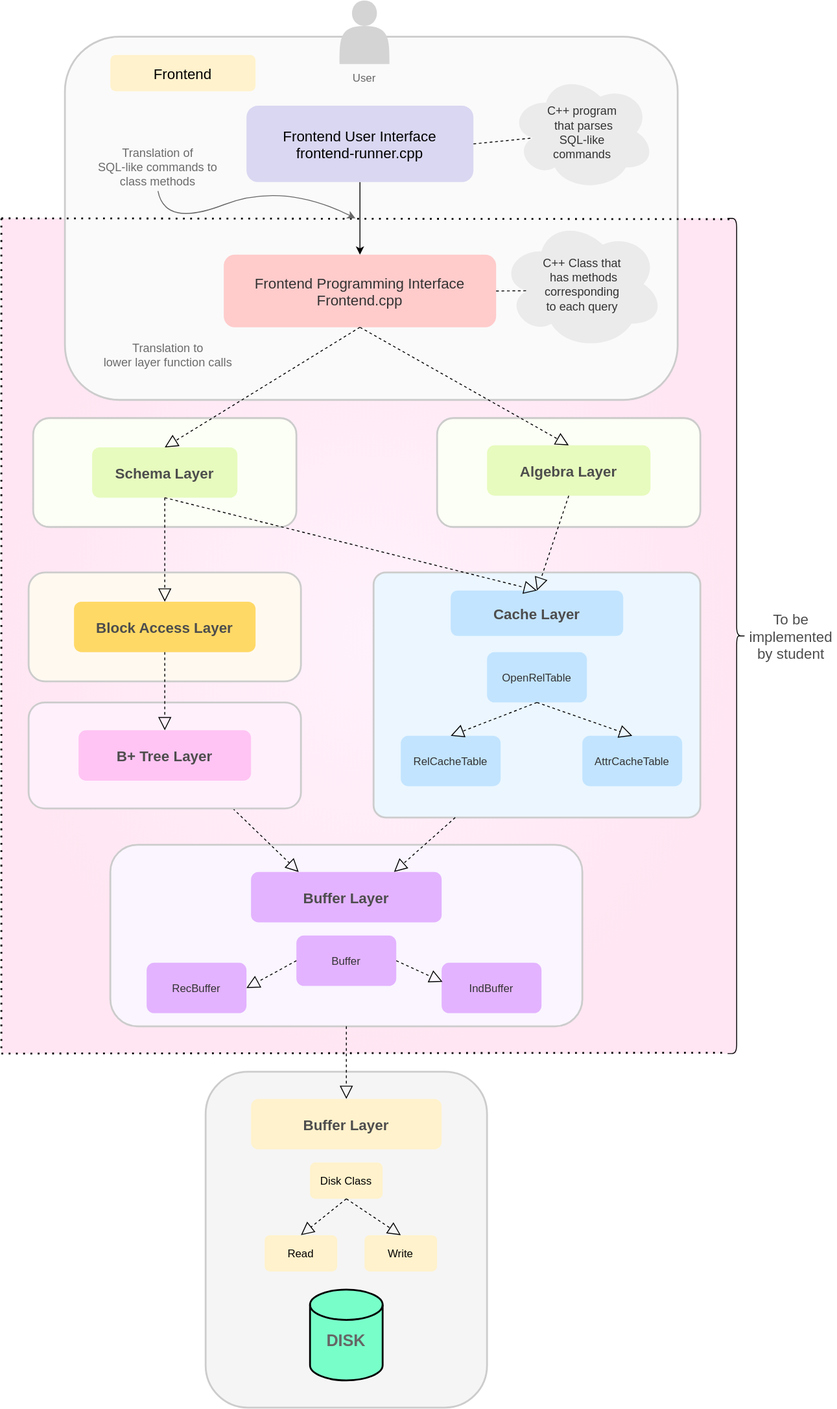
The draw.io diagram static/img/Architecture.svg in NITCbase/nitcbase.github.io, before a commit. Source tidied: cells renumbered, new cells last; positions are measured from the earlier drawing's top-left corner, leaving out a move shared by most shapes.
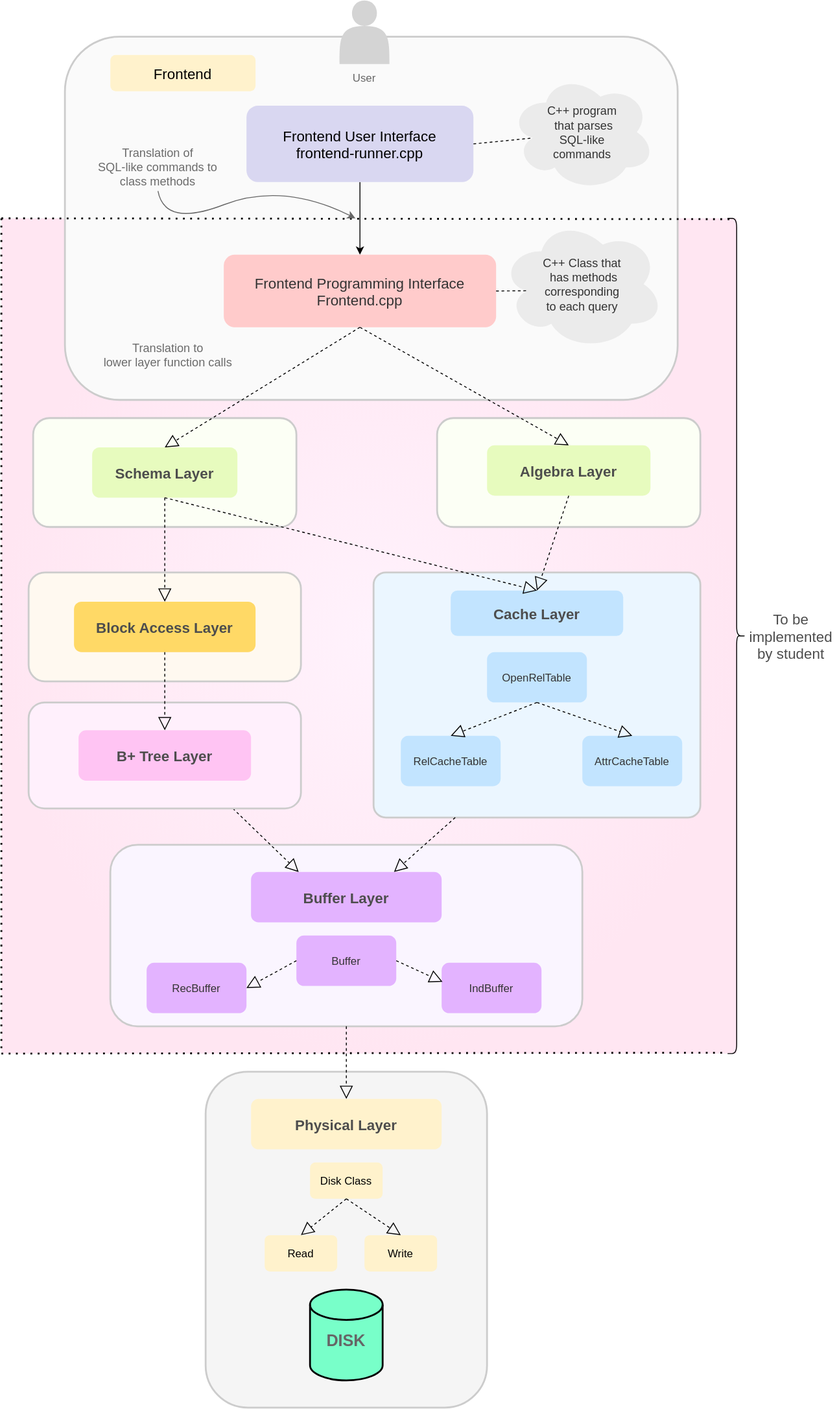
The same file after the commit.

What changed in the source:
```diff
@@ -83,7 +83,7 @@
     <mxCell id="28" style="rounded=1;fillColor=#f5f5f5;strokeColor=#CCCCCC;glass=0;fontColor=#333333;strokeWidth=2;" parent="1" vertex="1">
       <mxGeometry x="225" y="1180" width="310" height="370" as="geometry" />
     </mxCell>
-    <mxCell id="29" value="Buffer Layer" style="rounded=1;fillColor=#fff2cc;strokeColor=none;fontColor=#4D4D4D;fontStyle=1;fontSize=16;" parent="1" vertex="1">
+    <mxCell id="29" value="Physical Layer" style="rounded=1;fillColor=#fff2cc;strokeColor=none;fontColor=#4D4D4D;fontStyle=1;fontSize=16;" parent="1" vertex="1">
       <mxGeometry x="275" y="1210" width="210" height="55.5" as="geometry" />
     </mxCell>
     <mxCell id="30" value="Read" style="rounded=1;fillColor=#fff2cc;strokeColor=none;" parent="1" vertex="1">
```
